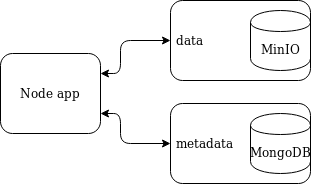
This is foco_db_minio_diagram.png from Borchardt/gh-pages-test, a draw.io export, as it was before one commit. Source tidied: cells renumbered, new cells last; positions are measured from the earlier drawing's top-left corner, leaving out a move shared by most shapes. The source it was exported from:
```xml
<mxGraphModel>
  <root>
    <mxCell id="0" />
    <mxCell id="1" parent="0" />
    <mxCell id="2" value="&amp;nbsp;data" style="rounded=1;whiteSpace=wrap;html=1;fillColor=none;align=left;" parent="1" vertex="1">
      <mxGeometry x="170" width="140" height="80" as="geometry" />
    </mxCell>
    <mxCell id="3" value="Node app" style="rounded=1;whiteSpace=wrap;html=1;fillColor=none;" parent="1" vertex="1">
      <mxGeometry y="53" width="100" height="80" as="geometry" />
    </mxCell>
    <mxCell id="4" value="MinIO" style="shape=cylinder;whiteSpace=wrap;html=1;boundedLbl=1;backgroundOutline=1;fillColor=none;" parent="1" vertex="1">
      <mxGeometry x="250" y="10" width="60" height="60" as="geometry" />
    </mxCell>
    <mxCell id="5" value="MongoDB" style="shape=cylinder;whiteSpace=wrap;html=1;boundedLbl=1;backgroundOutline=1;fillColor=none;" parent="1" vertex="1">
      <mxGeometry x="250" y="113" width="60" height="60" as="geometry" />
    </mxCell>
    <mxCell id="6" style="endArrow=classic;startArrow=classic;html=1;strokeColor=#000000;exitX=1;exitY=0.25;exitDx=0;exitDy=0;entryX=0;entryY=0.5;entryDx=0;entryDy=0;" parent="1" edge="1" source="3" target="2">
      <mxGeometry relative="1" as="geometry">
        <Array as="points">
          <mxPoint x="120" y="73" />
          <mxPoint x="120" y="40" />
        </Array>
      </mxGeometry>
    </mxCell>
    <mxCell id="7" style="endArrow=classic;startArrow=classic;html=1;strokeColor=#000000;exitX=1;exitY=0.75;exitDx=0;exitDy=0;entryX=0;entryY=0.5;entryDx=0;entryDy=0;" parent="1" edge="1" source="3" target="8">
      <mxGeometry relative="1" as="geometry">
        <Array as="points">
          <mxPoint x="120" y="113" />
          <mxPoint x="120" y="143" />
        </Array>
      </mxGeometry>
    </mxCell>
    <mxCell id="8" value="&amp;nbsp;metadata" style="rounded=1;whiteSpace=wrap;html=1;fillColor=none;align=left;" parent="1" vertex="1">
      <mxGeometry x="170" y="103" width="140" height="80" as="geometry" />
    </mxCell>
  </root>
</mxGraphModel>
```
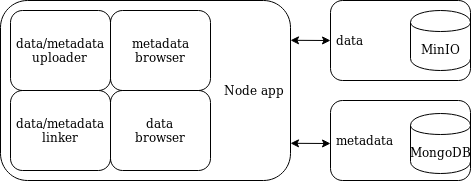
After the commit.

Diff of the diagram source:
```diff
@@ -5,8 +5,8 @@
     <mxCell id="2" value="&amp;nbsp;data" style="rounded=1;whiteSpace=wrap;html=1;fillColor=none;align=left;" parent="1" vertex="1">
       <mxGeometry x="170" width="140" height="80" as="geometry" />
     </mxCell>
-    <mxCell id="3" value="Node app" style="rounded=1;whiteSpace=wrap;html=1;fillColor=none;" parent="1" vertex="1">
-      <mxGeometry y="53" width="100" height="80" as="geometry" />
+    <mxCell id="3" value="&lt;div align=&quot;right&quot;&gt;Node app&amp;nbsp; &lt;br&gt;&lt;/div&gt;" style="rounded=1;whiteSpace=wrap;html=1;fillColor=none;align=right;" parent="1" vertex="1">
+      <mxGeometry x="-160" width="290" height="180" as="geometry" />
     </mxCell>
     <mxCell id="4" value="MinIO" style="shape=cylinder;whiteSpace=wrap;html=1;boundedLbl=1;backgroundOutline=1;fillColor=none;" parent="1" vertex="1">
       <mxGeometry x="250" y="10" width="60" height="60" as="geometry" />
@@ -14,24 +14,31 @@
     <mxCell id="5" value="MongoDB" style="shape=cylinder;whiteSpace=wrap;html=1;boundedLbl=1;backgroundOutline=1;fillColor=none;" parent="1" vertex="1">
       <mxGeometry x="250" y="113" width="60" height="60" as="geometry" />
     </mxCell>
-    <mxCell id="6" style="endArrow=classic;startArrow=classic;html=1;strokeColor=#000000;exitX=1;exitY=0.25;exitDx=0;exitDy=0;entryX=0;entryY=0.5;entryDx=0;entryDy=0;" parent="1" edge="1" source="3" target="2">
-      <mxGeometry relative="1" as="geometry">
-        <Array as="points">
-          <mxPoint x="120" y="73" />
-          <mxPoint x="120" y="40" />
-        </Array>
-      </mxGeometry>
-    </mxCell>
-    <mxCell id="7" style="endArrow=classic;startArrow=classic;html=1;strokeColor=#000000;exitX=1;exitY=0.75;exitDx=0;exitDy=0;entryX=0;entryY=0.5;entryDx=0;entryDy=0;" parent="1" edge="1" source="3" target="8">
-      <mxGeometry relative="1" as="geometry">
-        <Array as="points">
-          <mxPoint x="120" y="113" />
-          <mxPoint x="120" y="143" />
-        </Array>
-      </mxGeometry>
-    </mxCell>
     <mxCell id="8" value="&amp;nbsp;metadata" style="rounded=1;whiteSpace=wrap;html=1;fillColor=none;align=left;" parent="1" vertex="1">
-      <mxGeometry x="170" y="103" width="140" height="80" as="geometry" />
+      <mxGeometry x="170" y="100" width="140" height="80" as="geometry" />
     </mxCell>
+    <mxCell id="9" value="&lt;div&gt;data/metadata&lt;/div&gt;&lt;div&gt;uploader&lt;br&gt;&lt;/div&gt;" style="rounded=1;whiteSpace=wrap;html=1;fillColor=none;" parent="1" vertex="1">
+      <mxGeometry x="-150" y="10" width="100" height="80" as="geometry" />
+    </mxCell>
+    <mxCell id="10" value="&lt;div&gt;data/metadata&lt;/div&gt;&lt;div&gt;linker&lt;br&gt;&lt;/div&gt;" style="rounded=1;whiteSpace=wrap;html=1;fillColor=none;" parent="1" vertex="1">
+      <mxGeometry x="-150" y="90" width="100" height="80" as="geometry" />
+    </mxCell>
+    <mxCell id="11" value="metadata browser" style="rounded=1;whiteSpace=wrap;html=1;fillColor=none;" parent="1" vertex="1">
+      <mxGeometry x="-50" y="10" width="100" height="80" as="geometry" />
+    </mxCell>
+    <mxCell id="12" value="&lt;div align=&quot;center&quot;&gt;data&lt;/div&gt;&lt;div align=&quot;center&quot;&gt;browser&lt;br&gt;&lt;/div&gt;" style="rounded=1;whiteSpace=wrap;html=1;fillColor=none;align=center;" parent="1" vertex="1">
+      <mxGeometry x="-50" y="90" width="100" height="80" as="geometry" />
+    </mxCell>
+    <mxCell id="13" style="endArrow=classic;startArrow=classic;html=1;exitX=0;exitY=0.5;exitDx=0;exitDy=0;" parent="1" edge="1" source="2">
+      <mxGeometry relative="1" as="geometry">
+        <mxPoint x="130" y="39.8" as="targetPoint" />
+      </mxGeometry>
+    </mxCell>
+    <mxCell id="14" style="endArrow=classic;startArrow=classic;html=1;" parent="1" edge="1">
+      <mxGeometry relative="1" as="geometry">
+        <mxPoint x="170" y="143" as="sourcePoint" />
+        <mxPoint x="130" y="142.8" as="targetPoint" />
+      </mxGeometry>
+    </mxCell>
   </root>
 </mxGraphModel>
```
